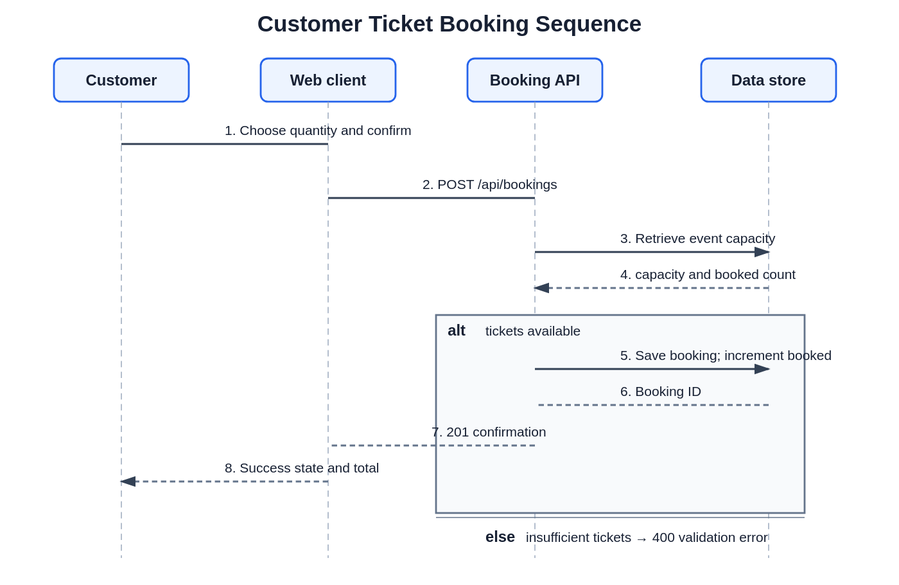
This is docs/diagrams/booking-sequence.svg from likhitrajdundigal/event-ticket-booking-system, a PlantUML export, as it was before one commit. Its source is kept beside it as docs/booking-sequence.puml. Its diagram source:
```plantuml
@startuml
actor Customer
participant "Web client" as UI
participant "Booking API" as API
database "Data store" as DB
Customer -> UI : choose quantity, confirm
UI -> API : POST /api/bookings(eventId, quantity)
API -> API : authenticate and validate quantity
API -> DB : retrieve event
DB --> API : capacity/booked
alt tickets available
 API -> DB : increment booked; save booking
 DB --> API : booking ID
 API --> UI : 201 confirmation
 UI --> Customer : success state and total
else insufficient tickets
 API --> UI : 400 validation error
 UI --> Customer : error state
end
@enduml
```
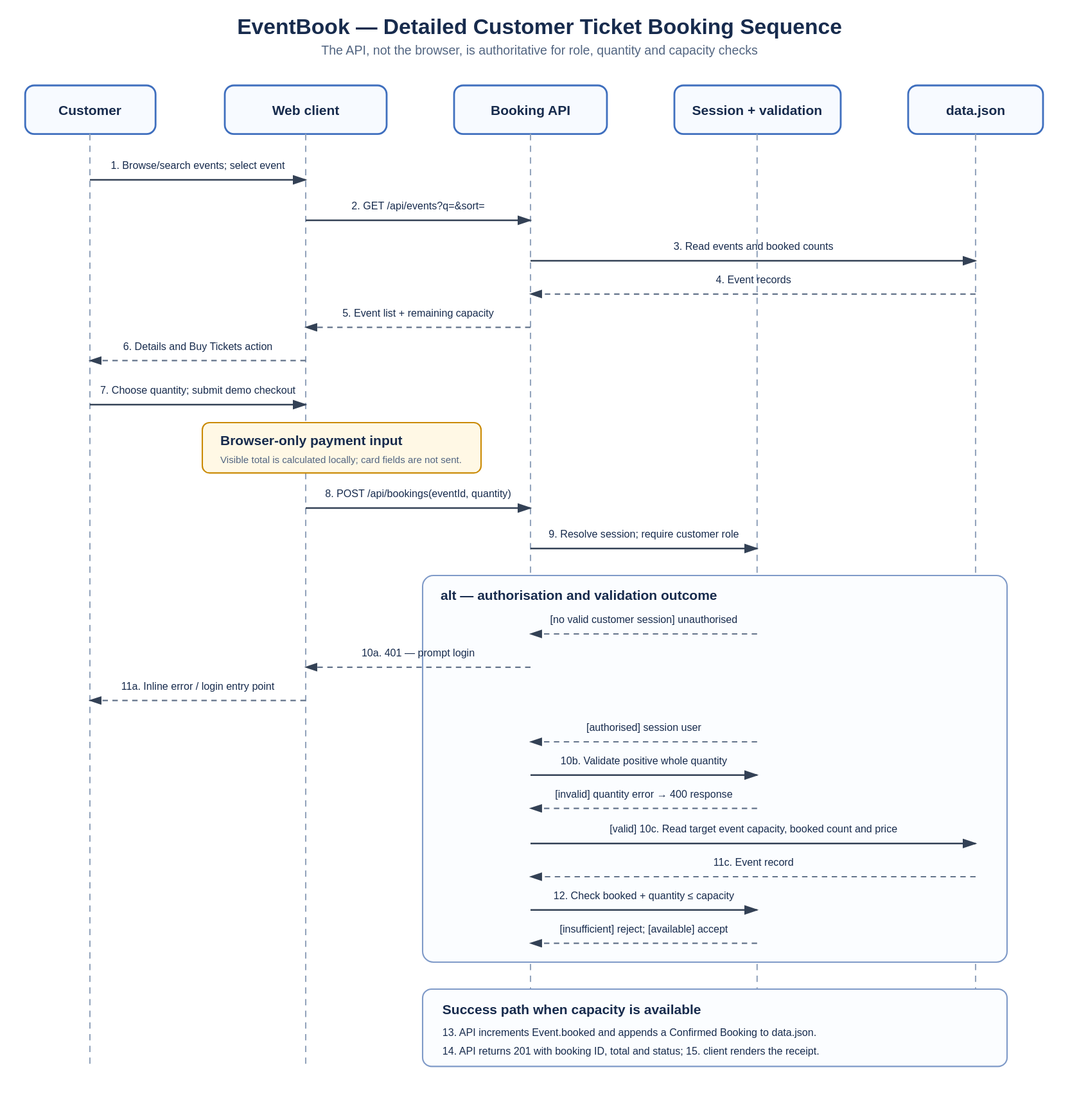
Above is the later version.

Diff of the diagram source:
```diff
@@ -1,20 +1,53 @@
 @startuml
+title EventBook — Detailed Customer Booking Sequence
+autonumber
 actor Customer
-participant "Web client" as UI
+participant "Web client" as Client
 participant "Booking API" as API
-database "Data store" as DB
-Customer -> UI : choose quantity, confirm
-UI -> API : POST /api/bookings(eventId, quantity)
-API -> API : authenticate and validate quantity
-API -> DB : retrieve event
-DB --> API : capacity/booked
-alt tickets available
- API -> DB : increment booked; save booking
- DB --> API : booking ID
- API --> UI : 201 confirmation
- UI --> Customer : success state and total
-else insufficient tickets
- API --> UI : 400 validation error
- UI --> Customer : error state
+participant "Session / validation" as Validation
+database "data.json repository" as Database
+
+Customer -> Client : Browse/search events
+Client -> API : GET /api/events?q=&sort=
+API -> Database : Read event records
+Database --> API : events and booked counts
+API --> Client : Event list + remaining capacity
+
+Customer -> Client : View details; choose ticket quantity
+Client -> Client : Calculate visible total
+Customer -> Client : Submit simulated payment
+note right of Client
+Card fields are validated in browser only.
+Only eventId and quantity are sent to API.
+end note
+Client -> API : POST /api/bookings(eventId, quantity)
+API -> Validation : Get customer session and require customer role
+
+alt no valid customer session
+  Validation --> API : unauthorised
+  API --> Client : 401 error
+  Client --> Customer : Ask user to log in
+else authorised customer
+  API -> Validation : Check positive whole quantity
+  alt invalid quantity
+    Validation --> API : invalid
+    API --> Client : 400 quantity error
+    Client --> Customer : Explain validation error
+  else valid quantity
+    API -> Database : Read target event
+    Database --> API : capacity, booked and price
+    API -> Validation : Check booked + quantity <= capacity
+    alt insufficient capacity
+      Validation --> API : rejected
+      API --> Client : 400 remaining-ticket error
+      Client --> Customer : Show availability error
+    else capacity available
+      Validation --> API : accepted
+      API -> Database : Increment booked; append Confirmed booking
+      Database --> API : booking ID, total and status
+      API --> Client : 201 Created booking
+      Client --> Customer : Confirmation, reference and total
+    end
+  end
 end
 @enduml
```
